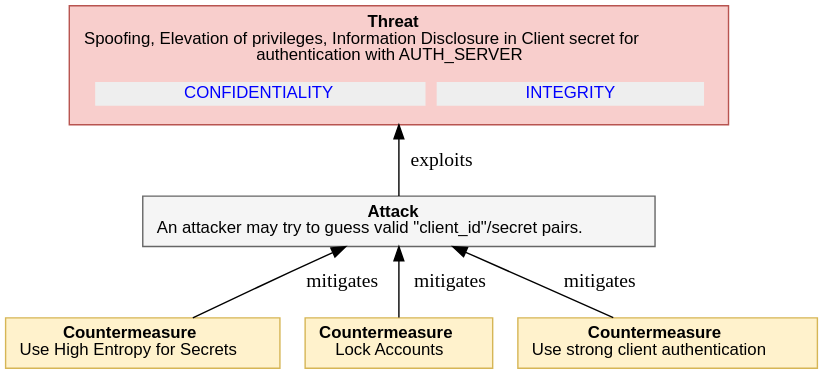
DavidCervigni/threat-models keeps this PlantUML diagram as report-examples/OAuth2/img/threatTree/4_3_5_CLIENT_SECRET_BRUTE_FORCE.svg. Above is the earlier version. Its source is kept beside it as report-examples/OAuth2/img/threatTree/4_3_5_CLIENT_SECRET_BRUTE_FORCE.puml.
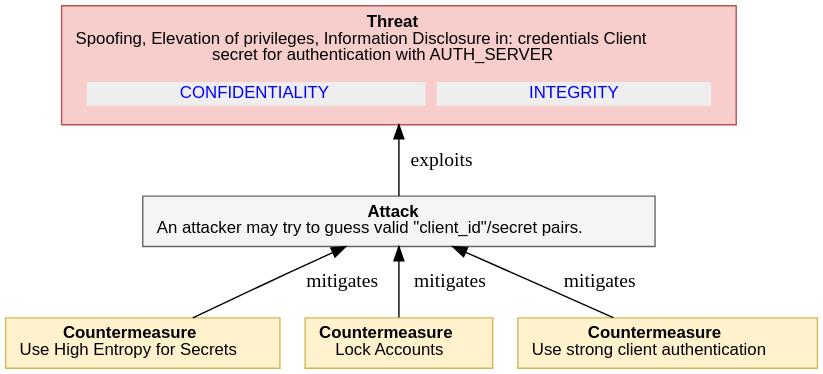
The same diagram one commit later.

Diff of the diagram source:
```diff
@@ -7,7 +7,7 @@
     <<table border="0" cellborder="0" cellspacing="0">
      <tr><td align="center"><b>Threat</b><br/>
 
-Spoofing, Elevation of privileges, Information Disclosure in Client secret for<br/>authentication with AUTH_SERVER
+Spoofing, Elevation of privileges, Information Disclosure in: credentials Client<br/>secret for authentication with AUTH_SERVER
 </td></tr>
      <tr><td><table border="0" cellborder="0" cellspacing="8"><tr>
                 ret += secObj.linkedImpactMDText()
```
